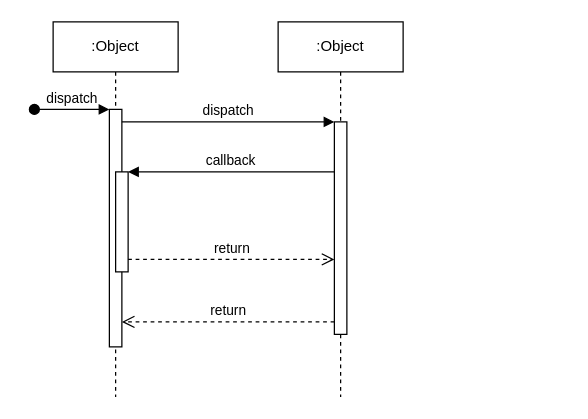
The draw.io diagram Sequenzdiagramm.drawio in PythonPokemon/Draw.io, before the edit. Source tidied: cells renumbered, new cells numbered last; positions are measured from the earlier drawing's top-left corner, leaving out a move shared by most shapes. Both pictures are drawn from the tidied source at 125%, with x=0, y=0 at pixel (34, 21).
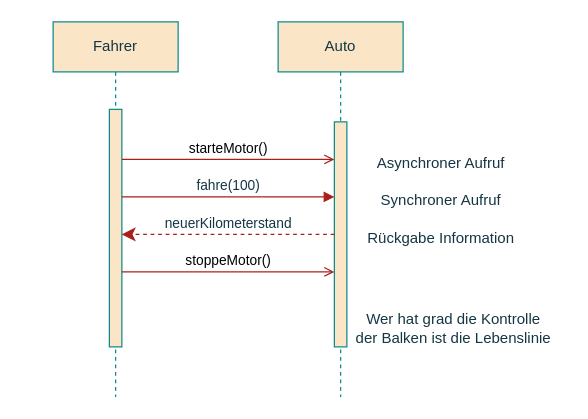
The same page after the edit.

Diff of the diagram source:
```diff
@@
 <mxGraphModel>
   <root>
     <mxCell id="0" />
     <mxCell id="1" parent="0" />
-    <mxCell id="2" value=":Object" style="shape=umlLifeline;perimeter=lifelinePerimeter;whiteSpace=wrap;html=1;newEdgeStyle={&quot;edgeStyle&quot;:&quot;elbowEdgeStyle&quot;,&quot;elbow&quot;:&quot;vertical&quot;,&quot;curved&quot;:0,&quot;rounded&quot;:0};" parent="1" vertex="1">
+    <mxCell id="2" value="Fahrer" style="shape=umlLifeline;perimeter=lifelinePerimeter;whiteSpace=wrap;html=1;newEdgeStyle={&quot;edgeStyle&quot;:&quot;elbowEdgeStyle&quot;,&quot;elbow&quot;:&quot;vertical&quot;,&quot;curved&quot;:0,&quot;rounded&quot;:0};labelBackgroundColor=none;fillColor=#FAE5C7;strokeColor=#0F8B8D;fontColor=#143642;" parent="1" vertex="1">
       <mxGeometry x="15" width="100" height="300" as="geometry" />
     </mxCell>
-    <mxCell id="3" style="html=1;points=[];perimeter=orthogonalPerimeter;outlineConnect=0;targetShapes=umlLifeline;portConstraint=eastwest;newEdgeStyle={&quot;edgeStyle&quot;:&quot;elbowEdgeStyle&quot;,&quot;elbow&quot;:&quot;vertical&quot;,&quot;curved&quot;:0,&quot;rounded&quot;:0};" parent="2" vertex="1">
+    <mxCell id="3" style="html=1;points=[];perimeter=orthogonalPerimeter;outlineConnect=0;targetShapes=umlLifeline;portConstraint=eastwest;newEdgeStyle={&quot;edgeStyle&quot;:&quot;elbowEdgeStyle&quot;,&quot;elbow&quot;:&quot;vertical&quot;,&quot;curved&quot;:0,&quot;rounded&quot;:0};labelBackgroundColor=none;fillColor=#FAE5C7;strokeColor=#0F8B8D;fontColor=#143642;" parent="2" vertex="1">
       <mxGeometry x="45" y="70" width="10" height="190" as="geometry" />
     </mxCell>
-    <mxCell id="4" value="dispatch" style="html=1;verticalAlign=bottom;startArrow=oval;endArrow=block;startSize=8;edgeStyle=elbowEdgeStyle;elbow=vertical;curved=0;rounded=0;" parent="2" edge="1" target="3">
-      <mxGeometry relative="1" as="geometry">
-        <mxPoint x="-15" y="70" as="sourcePoint" />
-      </mxGeometry>
-    </mxCell>
-    <mxCell id="5" style="html=1;points=[];perimeter=orthogonalPerimeter;outlineConnect=0;targetShapes=umlLifeline;portConstraint=eastwest;newEdgeStyle={&quot;edgeStyle&quot;:&quot;elbowEdgeStyle&quot;,&quot;elbow&quot;:&quot;vertical&quot;,&quot;curved&quot;:0,&quot;rounded&quot;:0};" parent="2" vertex="1">
-      <mxGeometry x="50" y="120" width="10" height="80" as="geometry" />
-    </mxCell>
-    <mxCell id="6" value=":Object" style="shape=umlLifeline;perimeter=lifelinePerimeter;whiteSpace=wrap;html=1;newEdgeStyle={&quot;edgeStyle&quot;:&quot;elbowEdgeStyle&quot;,&quot;elbow&quot;:&quot;vertical&quot;,&quot;curved&quot;:0,&quot;rounded&quot;:0};" parent="1" vertex="1">
+    <mxCell id="6" value="Auto" style="shape=umlLifeline;perimeter=lifelinePerimeter;whiteSpace=wrap;html=1;newEdgeStyle={&quot;edgeStyle&quot;:&quot;elbowEdgeStyle&quot;,&quot;elbow&quot;:&quot;vertical&quot;,&quot;curved&quot;:0,&quot;rounded&quot;:0};labelBackgroundColor=none;fillColor=#FAE5C7;strokeColor=#0F8B8D;fontColor=#143642;" parent="1" vertex="1">
       <mxGeometry x="195" width="100" height="300" as="geometry" />
     </mxCell>
-    <mxCell id="7" style="html=1;points=[];perimeter=orthogonalPerimeter;outlineConnect=0;targetShapes=umlLifeline;portConstraint=eastwest;newEdgeStyle={&quot;edgeStyle&quot;:&quot;elbowEdgeStyle&quot;,&quot;elbow&quot;:&quot;vertical&quot;,&quot;curved&quot;:0,&quot;rounded&quot;:0};" parent="6" vertex="1">
-      <mxGeometry x="45" y="80" width="10" height="170" as="geometry" />
+    <mxCell id="7" style="html=1;points=[];perimeter=orthogonalPerimeter;outlineConnect=0;targetShapes=umlLifeline;portConstraint=eastwest;newEdgeStyle={&quot;edgeStyle&quot;:&quot;elbowEdgeStyle&quot;,&quot;elbow&quot;:&quot;vertical&quot;,&quot;curved&quot;:0,&quot;rounded&quot;:0};labelBackgroundColor=none;fillColor=#FAE5C7;strokeColor=#0F8B8D;fontColor=#143642;" parent="6" vertex="1">
+      <mxGeometry x="45" y="80" width="10" height="180" as="geometry" />
     </mxCell>
-    <mxCell id="8" value="dispatch" style="html=1;verticalAlign=bottom;endArrow=block;edgeStyle=elbowEdgeStyle;elbow=vertical;curved=0;rounded=0;" parent="1" edge="1" source="3" target="7">
+    <mxCell id="8" value="starteMotor()" style="html=1;verticalAlign=bottom;endArrow=open;edgeStyle=elbowEdgeStyle;elbow=vertical;curved=0;rounded=0;labelBackgroundColor=none;strokeColor=#A8201A;fontColor=default;endFill=0;" parent="1" edge="1" source="3">
       <mxGeometry relative="1" as="geometry">
+        <mxPoint x="240" y="110" as="targetPoint" />
         <Array as="points">
-          <mxPoint x="155" y="80" />
+          <mxPoint x="155" y="110" />
         </Array>
       </mxGeometry>
     </mxCell>
+    <mxCell id="12" value="fahre(100)" style="html=1;verticalAlign=bottom;endArrow=block;curved=0;rounded=0;strokeColor=#A8201A;fontColor=#143642;fillColor=#FAE5C7;" parent="1" edge="1" source="3" target="7">
+      <mxGeometry relative="1" as="geometry">
+        <Array as="points">
+          <mxPoint x="195" y="140" />
+        </Array>
+      </mxGeometry>
+    </mxCell>
-    <mxCell id="9" value="return" style="html=1;verticalAlign=bottom;endArrow=open;dashed=1;endSize=8;edgeStyle=elbowEdgeStyle;elbow=vertical;curved=0;rounded=0;" parent="1" edge="1" source="7" target="3">
+    <mxCell id="9" value="neuerKilometerstand" style="html=1;verticalAlign=bottom;endArrow=classic;dashed=1;endSize=8;curved=0;rounded=0;strokeColor=#A8201A;fontColor=#143642;fillColor=#FAE5C7;endFill=1;" parent="1" edge="1" source="7" target="3">
       <mxGeometry relative="1" as="geometry">
         <Array as="points">
-          <mxPoint x="165" y="240" />
+          <mxPoint x="155" y="170" />
         </Array>
       </mxGeometry>
     </mxCell>
-    <mxCell id="10" value="callback" style="html=1;verticalAlign=bottom;endArrow=block;edgeStyle=elbowEdgeStyle;elbow=vertical;curved=0;rounded=0;" parent="1" edge="1" source="7" target="5">
-      <mxGeometry relative="1" as="geometry">
-        <Array as="points">
-          <mxPoint x="165" y="120" />
-        </Array>
-      </mxGeometry>
-    </mxCell>
-    <mxCell id="11" value="return" style="html=1;verticalAlign=bottom;endArrow=open;dashed=1;endSize=8;edgeStyle=elbowEdgeStyle;elbow=vertical;curved=0;rounded=0;" parent="1" edge="1" source="5" target="7">
-      <mxGeometry relative="1" as="geometry">
-        <Array as="points">
-          <mxPoint x="155" y="190" />
-        </Array>
-      </mxGeometry>
-    </mxCell>
+    <mxCell id="13" value="stoppeMotor()" style="html=1;verticalAlign=bottom;endArrow=open;edgeStyle=elbowEdgeStyle;elbow=vertical;curved=0;rounded=0;labelBackgroundColor=none;strokeColor=#A8201A;fontColor=default;endFill=0;" parent="1" edge="1" source="3" target="7">
+      <mxGeometry relative="1" as="geometry">
+        <Array as="points">
+          <mxPoint x="160" y="200" />
+        </Array>
+      </mxGeometry>
+    </mxCell>
+    <mxCell id="14" value="Synchroner Aufruf" style="text;html=1;align=center;verticalAlign=middle;strokeColor=none;fillColor=none;fontColor=#143642;" parent="1" vertex="1">
+      <mxGeometry x="265" y="128" width="120" height="30" as="geometry" />
+    </mxCell>
+    <mxCell id="15" value="Asynchroner Aufruf" style="text;html=1;align=center;verticalAlign=middle;strokeColor=none;fillColor=none;fontColor=#143642;" parent="1" vertex="1">
+      <mxGeometry x="260" y="98" width="130" height="30" as="geometry" />
+    </mxCell>
+    <mxCell id="16" value="Rückgabe Information" style="text;html=1;align=center;verticalAlign=middle;strokeColor=none;fillColor=none;fontColor=#143642;" parent="1" vertex="1">
+      <mxGeometry x="255" y="158" width="140" height="30" as="geometry" />
+    </mxCell>
+    <mxCell id="17" value="Wer hat grad die Kontrolle&lt;div&gt;der Balken ist die Lebenslinie&lt;/div&gt;" style="text;html=1;align=center;verticalAlign=middle;strokeColor=none;fillColor=none;fontColor=#143642;" parent="1" vertex="1">
+      <mxGeometry x="245" y="225" width="180" height="40" as="geometry" />
+    </mxCell>
   </root>
 </mxGraphModel>
```
